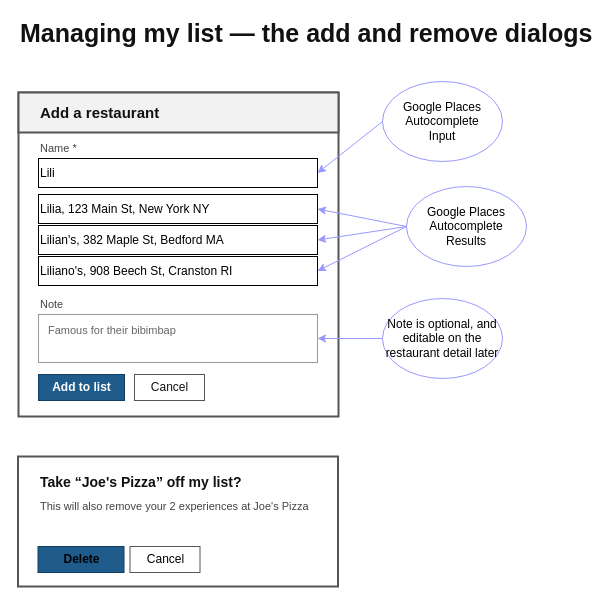
Before: docs/features/0001_managing-my-list/managing-my-list.wireframe.drawio in arches/shortlist, a draw.io diagram. Source tidied: cells renumbered, new cells numbered last; positions are measured from the earlier drawing's top-left corner, leaving out a move shared by most shapes. Both pictures are drawn from the tidied source at 100%, with x=0, y=0 at pixel (18, 22).
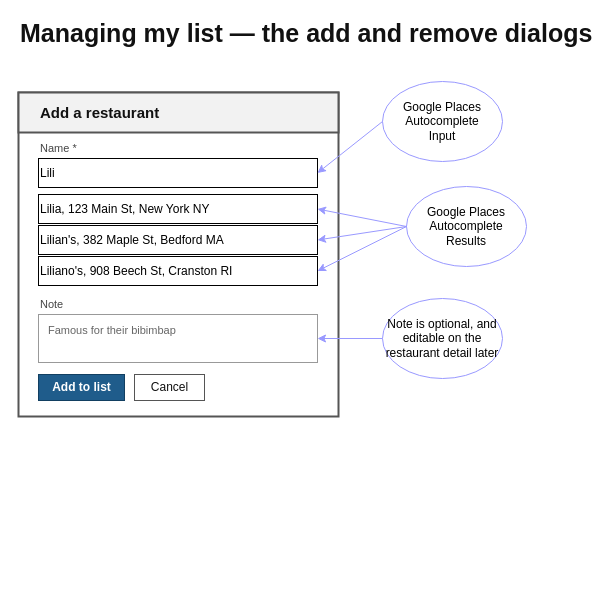
The same diagram, later.

What changed in the source:
```diff
@@
-    <mxCell id="4" style="rounded=0;html=1;fillColor=#ffffff;strokeColor=#555555;strokeWidth=2;dashed=0;" parent="1" vertex="1">
-      <mxGeometry x="-0.5" y="434" width="320" height="130" as="geometry" />
-    </mxCell>
-    <mxCell id="5" value="&lt;b&gt;Delete&lt;/b&gt;" style="rounded=0;html=1;fillColor=#1f5c8b;strokeColor=#123f61;strokeWidth=1;dashed=0;" parent="1" vertex="1">
-      <mxGeometry x="19.5" y="524" width="86" height="26" as="geometry" />
-    </mxCell>
@@
-    <mxCell id="9" value="Take “Joe's Pizza” off my list?" style="text;html=1;strokeColor=none;fillColor=none;align=left;verticalAlign=middle;fontSize=14;fontColor=#111111;fontStyle=1;" parent="1" vertex="1">
-      <mxGeometry x="19.5" y="450" width="180" height="20" as="geometry" />
-    </mxCell>
-    <mxCell id="10" value="This will also remove your 2 experiences at Joe's Pizza" style="text;html=1;strokeColor=none;fillColor=none;align=left;verticalAlign=middle;fontSize=11;fontColor=#444444;" parent="1" vertex="1">
-      <mxGeometry x="19.5" y="474" width="180" height="20" as="geometry" />
-    </mxCell>
@@
-    <mxCell id="15" value="&lt;font color=&quot;#000000&quot;&gt;Cancel&lt;/font&gt;" style="rounded=0;html=1;fillColor=#ffffff;strokeColor=#555555;strokeWidth=1;dashed=0;" parent="1" vertex="1">
-      <mxGeometry x="111.5" y="524" width="70" height="26" as="geometry" />
-    </mxCell>
```
